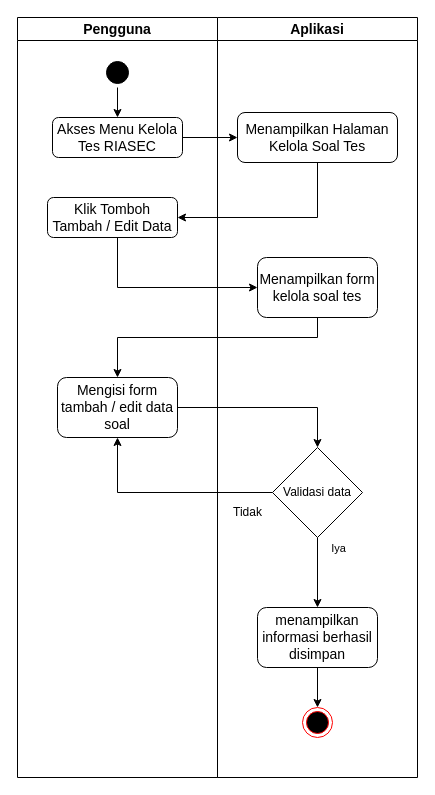
Earlier version of the draw.io diagram Acivity.drawio (azizarizaldi/draw-io-project). Source tidied: cells renumbered, new cells numbered last; positions are measured from the earlier drawing's top-left corner, leaving out a move shared by most shapes. Both pictures are drawn from the tidied source at 100%, with x=0, y=0 at pixel (17, 17).
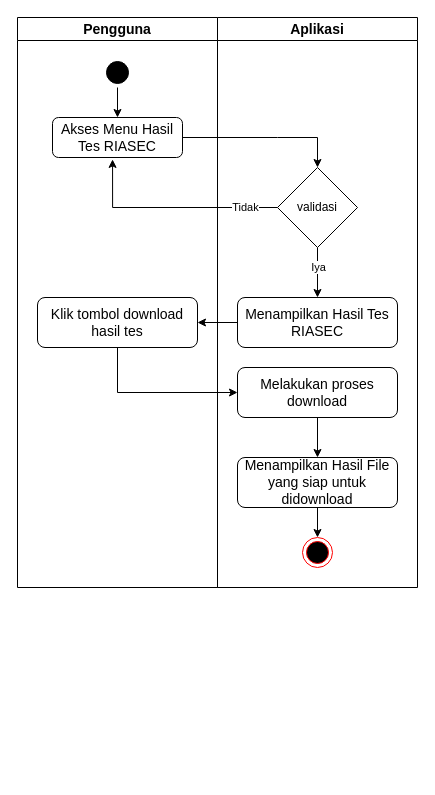
Above is the later version.

Change to the diagram source:
```diff
@@
     <mxCell id="2" value="&lt;font style=&quot;font-size: 14px;&quot;&gt;Pengguna&lt;/font&gt;" style="swimlane;whiteSpace=wrap;html=1;" parent="1" vertex="1">
-      <mxGeometry width="200" height="760" as="geometry" />
+      <mxGeometry width="200" height="570" as="geometry" />
     </mxCell>
@@
-    <mxCell id="5" value="&lt;span style=&quot;font-size: 14px;&quot;&gt;Akses Menu Kelola Tes RIASEC&lt;/span&gt;" style="rounded=1;whiteSpace=wrap;html=1;" parent="2" vertex="1">
+    <mxCell id="5" value="&lt;span style=&quot;font-size: 14px;&quot;&gt;Akses Menu Hasil Tes RIASEC&lt;/span&gt;" style="rounded=1;whiteSpace=wrap;html=1;" parent="2" vertex="1">
       <mxGeometry x="35" y="100" width="130" height="40" as="geometry" />
     </mxCell>
-    <mxCell id="6" value="&lt;span style=&quot;font-size: 14px;&quot;&gt;Klik Tomboh Tambah / Edit Data&lt;/span&gt;" style="rounded=1;whiteSpace=wrap;html=1;" parent="2" vertex="1">
-      <mxGeometry x="30" y="180" width="130" height="40" as="geometry" />
-    </mxCell>
-    <mxCell id="7" value="&lt;span style=&quot;font-size: 14px;&quot;&gt;Mengisi form tambah / edit data soal&lt;/span&gt;" style="rounded=1;whiteSpace=wrap;html=1;" parent="2" vertex="1">
-      <mxGeometry x="40" y="360" width="120" height="60" as="geometry" />
-    </mxCell>
+    <mxCell id="24" value="&lt;span style=&quot;font-size: 14px;&quot;&gt;Klik tombol download hasil tes&lt;/span&gt;" style="rounded=1;whiteSpace=wrap;html=1;" parent="2" vertex="1">
+      <mxGeometry x="20" y="280" width="160" height="50" as="geometry" />
+    </mxCell>
     <mxCell id="8" value="&lt;font style=&quot;font-size: 14px;&quot;&gt;Aplikasi&lt;/font&gt;" style="swimlane;whiteSpace=wrap;html=1;" parent="1" vertex="1">
-      <mxGeometry x="200" width="200" height="760" as="geometry" />
+      <mxGeometry x="200" width="200" height="570" as="geometry" />
     </mxCell>
-    <mxCell id="9" value="&lt;span style=&quot;font-size: 14px;&quot;&gt;Menampilkan Halaman Kelola Soal Tes&lt;/span&gt;" style="rounded=1;whiteSpace=wrap;html=1;" parent="8" vertex="1">
-      <mxGeometry x="20" y="95" width="160" height="50" as="geometry" />
-    </mxCell>
-    <mxCell id="10" value="&lt;span style=&quot;font-size: 14px;&quot;&gt;Menampilkan form kelola soal tes&lt;/span&gt;" style="rounded=1;whiteSpace=wrap;html=1;" parent="8" vertex="1">
-      <mxGeometry x="40" y="240" width="120" height="60" as="geometry" />
-    </mxCell>
-    <mxCell id="11" style="edgeStyle=orthogonalEdgeStyle;rounded=0;jettySize=auto;html=1;" parent="8" edge="1" source="12" target="17">
-      <mxGeometry relative="1" as="geometry" />
-    </mxCell>
-    <mxCell id="12" value="&lt;span style=&quot;font-size: 14px;&quot;&gt;menampilkan informasi berhasil disimpan&lt;/span&gt;" style="rounded=1;whiteSpace=wrap;html=1;" parent="8" vertex="1">
-      <mxGeometry x="40" y="590" width="120" height="60" as="geometry" />
-    </mxCell>
-    <mxCell id="13" style="edgeStyle=orthogonalEdgeStyle;rounded=0;jettySize=auto;html=1;" parent="8" edge="1" source="15" target="12">
-      <mxGeometry relative="1" as="geometry" />
-    </mxCell>
+    <mxCell id="25" value="&lt;span style=&quot;font-size: 14px;&quot;&gt;Menampilkan Hasil Tes RIASEC&lt;/span&gt;" style="rounded=1;whiteSpace=wrap;html=1;" parent="8" vertex="1">
+      <mxGeometry x="20" y="280" width="160" height="50" as="geometry" />
+    </mxCell>
+    <mxCell id="26" style="edgeStyle=orthogonalEdgeStyle;rounded=0;jettySize=auto;html=1;" parent="8" edge="1" source="27" target="25">
+      <mxGeometry relative="1" as="geometry" />
+    </mxCell>
-    <mxCell id="14" value="Iya" style="edgeLabel;html=1;align=center;verticalAlign=middle;" parent="13" vertex="1">
-      <mxGeometry x="-0.4" y="-3" relative="1" as="geometry">
-        <mxPoint x="23" y="-11" as="offset" />
-      </mxGeometry>
+    <mxCell id="14" value="Iya" style="edgeLabel;html=1;align=center;verticalAlign=middle;" parent="26" vertex="1">
+      <mxGeometry x="-0.25" relative="1" as="geometry" />
     </mxCell>
-    <mxCell id="15" value="Validasi data" style="rhombus;whiteSpace=wrap;html=1;" parent="8" vertex="1">
-      <mxGeometry x="55" y="430" width="90" height="90" as="geometry" />
-    </mxCell>
+    <mxCell id="27" value="validasi" style="rhombus;whiteSpace=wrap;html=1;" parent="8" vertex="1">
+      <mxGeometry x="60" y="150" width="80" height="80" as="geometry" />
+    </mxCell>
+    <mxCell id="28" style="ellipse;html=1;shape=endState;fillColor=#000000;strokeColor=#ff0000;" parent="8" vertex="1">
+      <mxGeometry x="85" y="520" width="30" height="30" as="geometry" />
+    </mxCell>
+    <mxCell id="29" style="edgeStyle=orthogonalEdgeStyle;rounded=0;jettySize=auto;html=1;" parent="8" edge="1" source="30" target="32">
+      <mxGeometry relative="1" as="geometry" />
+    </mxCell>
+    <mxCell id="30" value="&lt;span style=&quot;font-size: 14px;&quot;&gt;Melakukan proses download&lt;/span&gt;" style="rounded=1;whiteSpace=wrap;html=1;" parent="8" vertex="1">
+      <mxGeometry x="20" y="350" width="160" height="50" as="geometry" />
+    </mxCell>
+    <mxCell id="31" style="edgeStyle=orthogonalEdgeStyle;rounded=0;jettySize=auto;html=1;" parent="8" edge="1" source="32" target="28">
+      <mxGeometry relative="1" as="geometry" />
+    </mxCell>
+    <mxCell id="32" value="&lt;span style=&quot;font-size: 14px;&quot;&gt;Menampilkan Hasil File yang siap untuk didownload&lt;/span&gt;" style="rounded=1;whiteSpace=wrap;html=1;" parent="8" vertex="1">
+      <mxGeometry x="20" y="440" width="160" height="50" as="geometry" />
+    </mxCell>
+    <mxCell id="33" style="edgeStyle=orthogonalEdgeStyle;rounded=0;jettySize=auto;html=1;entryX=0.5;entryY=0;entryDx=0;entryDy=0;" parent="1" edge="1" source="5" target="27">
+      <mxGeometry relative="1" as="geometry">
+        <Array as="points">
+          <mxPoint x="260" y="120" />
+          <mxPoint x="260" y="120" />
+        </Array>
+      </mxGeometry>
+    </mxCell>
+    <mxCell id="34" style="edgeStyle=orthogonalEdgeStyle;rounded=0;jettySize=auto;html=1;entryX=0.462;entryY=1.048;entryDx=0;entryDy=0;entryPerimeter=0;" parent="1" edge="1" source="27" target="5">
+      <mxGeometry relative="1" as="geometry" />
+    </mxCell>
-    <mxCell id="16" value="Tidak" style="text;html=1;align=center;verticalAlign=middle;strokeColor=none;fillColor=none;" parent="8" vertex="1">
-      <mxGeometry x="5" y="480" width="50" height="30" as="geometry" />
+    <mxCell id="16" value="Tidak" style="edgeLabel;html=1;align=center;verticalAlign=middle;" parent="34" vertex="1">
+      <mxGeometry x="-0.69" y="-1" relative="1" as="geometry" />
     </mxCell>
-    <mxCell id="17" style="ellipse;html=1;shape=endState;fillColor=#000000;strokeColor=#ff0000;" parent="8" vertex="1">
-      <mxGeometry x="85" y="690" width="30" height="30" as="geometry" />
-    </mxCell>
-    <mxCell id="18" style="edgeStyle=orthogonalEdgeStyle;rounded=0;jettySize=auto;html=1;" parent="1" edge="1" source="5" target="9">
-      <mxGeometry relative="1" as="geometry" />
-    </mxCell>
-    <mxCell id="19" style="edgeStyle=orthogonalEdgeStyle;rounded=0;jettySize=auto;html=1;entryX=1;entryY=0.5;entryDx=0;entryDy=0;" parent="1" edge="1" source="9" target="6">
-      <mxGeometry relative="1" as="geometry">
-        <Array as="points">
-          <mxPoint x="300" y="200" />
-        </Array>
-      </mxGeometry>
-    </mxCell>
-    <mxCell id="20" style="edgeStyle=orthogonalEdgeStyle;rounded=0;jettySize=auto;html=1;entryX=0;entryY=0.5;entryDx=0;entryDy=0;" parent="1" edge="1" source="6" target="10">
-      <mxGeometry relative="1" as="geometry">
-        <Array as="points">
-          <mxPoint x="100" y="270" />
-        </Array>
-      </mxGeometry>
-    </mxCell>
-    <mxCell id="21" style="edgeStyle=orthogonalEdgeStyle;rounded=0;jettySize=auto;html=1;" parent="1" edge="1" source="10" target="7">
-      <mxGeometry relative="1" as="geometry">
-        <Array as="points">
-          <mxPoint x="300" y="320" />
-          <mxPoint x="100" y="320" />
-        </Array>
-      </mxGeometry>
-    </mxCell>
-    <mxCell id="22" style="edgeStyle=orthogonalEdgeStyle;rounded=0;jettySize=auto;html=1;" parent="1" edge="1" source="7" target="15">
-      <mxGeometry relative="1" as="geometry">
-        <Array as="points">
-          <mxPoint x="300" y="390" />
-        </Array>
-      </mxGeometry>
-    </mxCell>
-    <mxCell id="23" style="edgeStyle=orthogonalEdgeStyle;rounded=0;jettySize=auto;html=1;entryX=0.5;entryY=1;entryDx=0;entryDy=0;" parent="1" edge="1" source="15" target="7">
-      <mxGeometry relative="1" as="geometry" />
-    </mxCell>
+    <mxCell id="35" style="edgeStyle=orthogonalEdgeStyle;rounded=0;jettySize=auto;html=1;" parent="1" edge="1" source="25" target="24">
+      <mxGeometry relative="1" as="geometry" />
+    </mxCell>
+    <mxCell id="36" style="edgeStyle=orthogonalEdgeStyle;rounded=0;jettySize=auto;html=1;entryX=0;entryY=0.5;entryDx=0;entryDy=0;" parent="1" edge="1" source="24" target="30">
+      <mxGeometry relative="1" as="geometry">
+        <Array as="points">
+          <mxPoint x="100" y="375" />
+        </Array>
+      </mxGeometry>
+    </mxCell>
```
